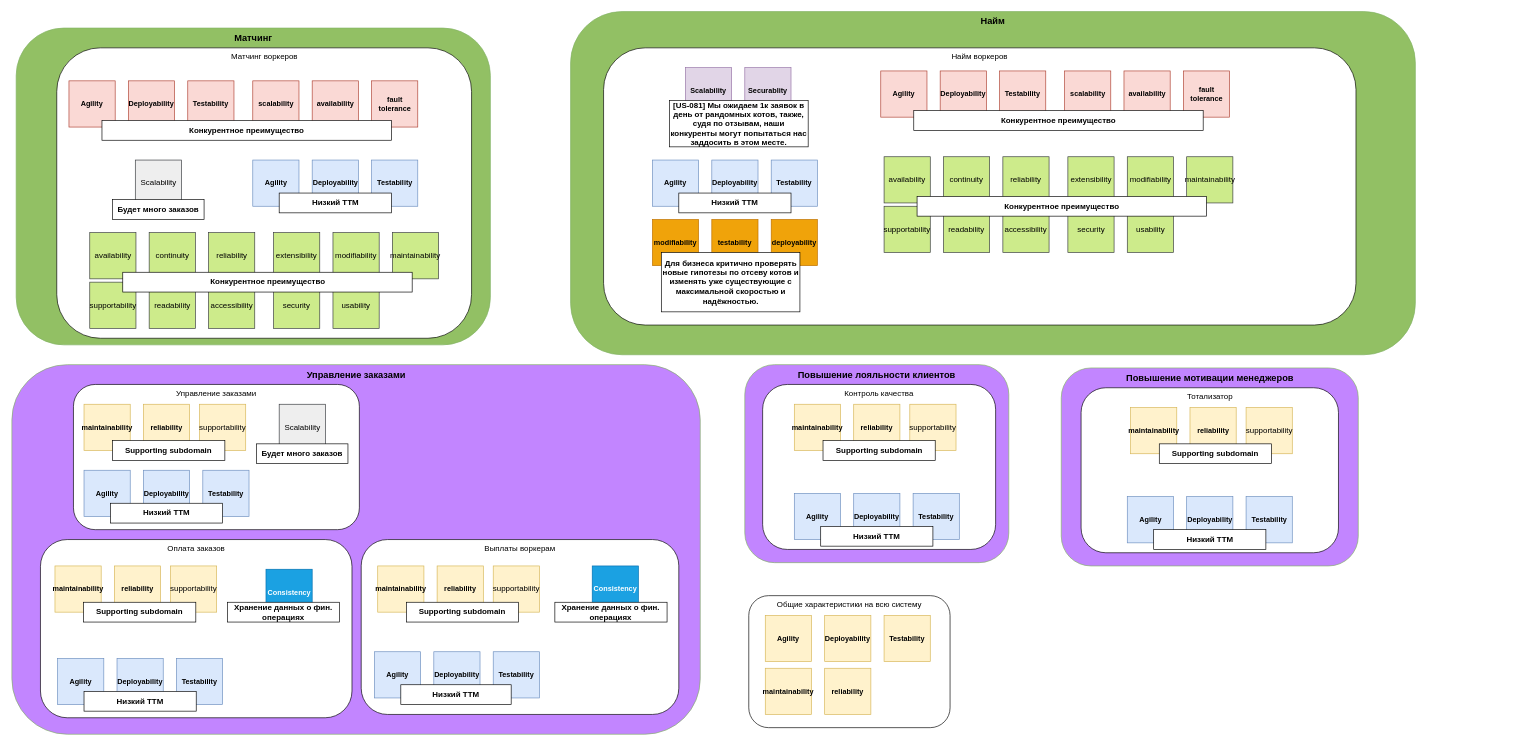
Earlier version of the draw.io diagram draw/bounded-contexts-chars.drawio (OkinawaNet/MCF). Source tidied: cells renumbered, new cells numbered last; positions are measured from the earlier drawing's top-left corner, leaving out a move shared by most shapes. Both pictures are drawn from the tidied source at 66%, with x=0, y=0 at pixel (12, 11).
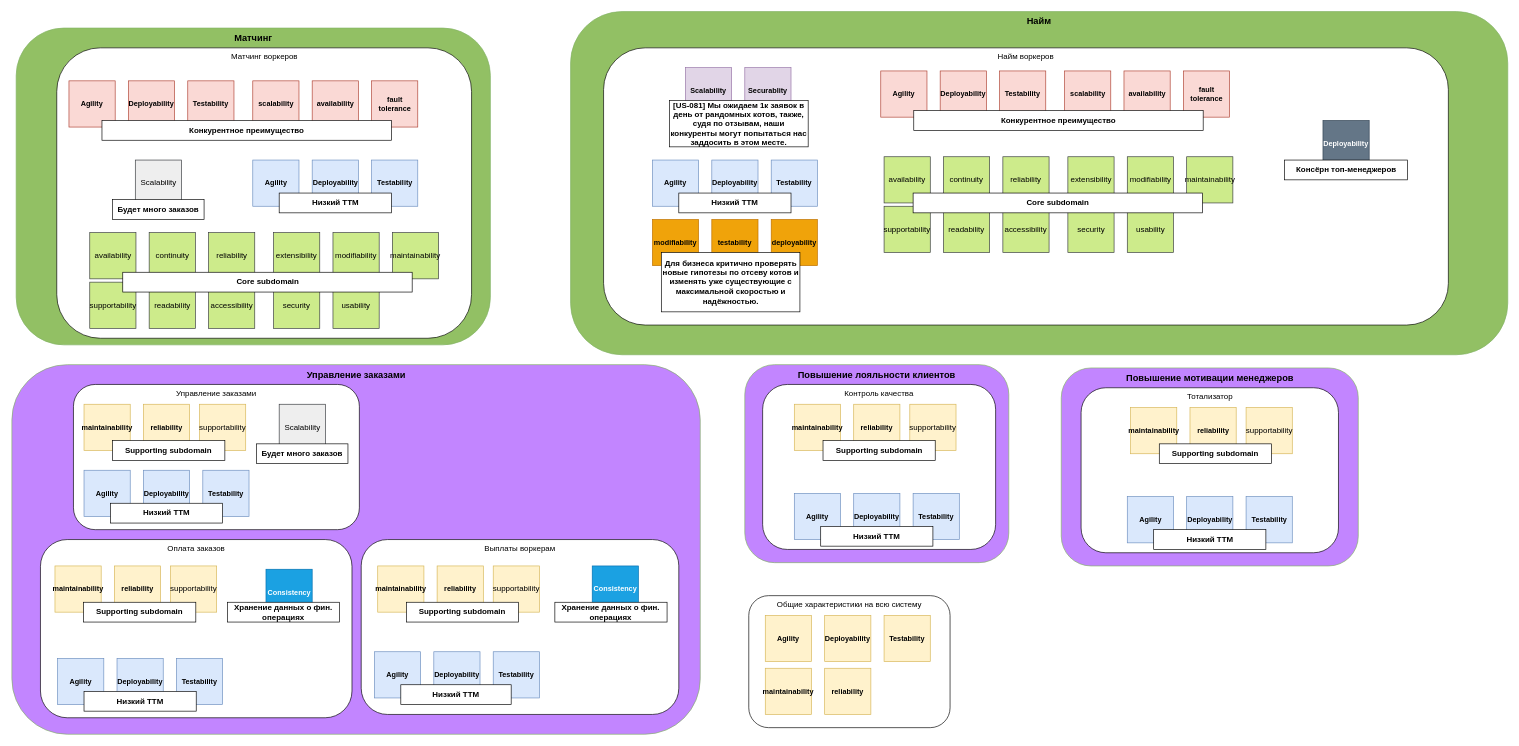
Above is the later version.

The edit, as a diff of the source:
```diff
@@
     <mxCell id="2" value="&lt;font style=&quot;font-size: 14px;&quot;&gt;Найм&lt;/font&gt;" style="rounded=1;whiteSpace=wrap;html=1;fillColor=#92C064;strokeColor=#82b366;horizontal=1;verticalAlign=top;fontSize=14;fontStyle=1;" parent="1" vertex="1">
-      <mxGeometry x="846" width="1280" height="520" as="geometry" />
+      <mxGeometry x="846" width="1420" height="520" as="geometry" />
     </mxCell>
@@
     <mxCell id="6" value="Найм воркеров" style="rounded=1;whiteSpace=wrap;html=1;horizontal=1;verticalAlign=top;" parent="1" vertex="1">
-      <mxGeometry x="896" y="55" width="1140" height="420" as="geometry" />
+      <mxGeometry x="896" y="55" width="1280" height="420" as="geometry" />
     </mxCell>
@@
-    <mxCell id="100" value="Конкурентное преимущество" style="rounded=0;whiteSpace=wrap;html=1;fontStyle=1;" parent="1" vertex="1">
-      <mxGeometry x="1371" y="280" width="438.5" height="30" as="geometry" />
-    </mxCell>
@@
-    <mxCell id="112" value="Конкурентное преимущество" style="rounded=0;whiteSpace=wrap;html=1;fontStyle=1;" parent="1" vertex="1">
+    <mxCell id="112" value="Core subdomain" style="rounded=0;whiteSpace=wrap;html=1;fontStyle=1;" parent="1" vertex="1">
       <mxGeometry x="167.5" y="395" width="438.5" height="30" as="geometry" />
     </mxCell>
@@
+    <mxCell id="121" value="&lt;b style=&quot;font-size: 11px;&quot;&gt;&lt;font style=&quot;font-size: 11px;&quot;&gt;Deployability&lt;/font&gt;&lt;/b&gt;" style="whiteSpace=wrap;html=1;labelBackgroundColor=none;fillColor=#647687;strokeColor=#314354;fontSize=11;fontColor=#ffffff;" parent="1" vertex="1">
+      <mxGeometry x="1986" y="165" width="70" height="70" as="geometry" />
+    </mxCell>
+    <mxCell id="122" value="Консёрн топ-менеджеров" style="rounded=0;whiteSpace=wrap;html=1;fontStyle=1;" parent="1" vertex="1">
+      <mxGeometry x="1927.8" y="225" width="186.5" height="30" as="geometry" />
+    </mxCell>
+    <mxCell id="123" value="Core subdomain" style="rounded=0;whiteSpace=wrap;html=1;fontStyle=1;" parent="1" vertex="1">
+      <mxGeometry x="1365" y="275" width="438.5" height="30" as="geometry" />
+    </mxCell>
```
